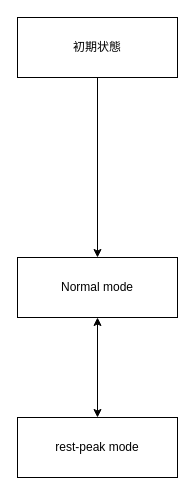
This is page "state transition diagram" (10 of 10) of ScanDataPy/UML_SCANDATA.drawio from lunelukkio/ScanDataPy, a draw.io file, before an edit. Source tidied: cells renumbered, new cells numbered last; positions are measured from the earlier drawing's top-left corner, leaving out a move shared by most shapes. Both pictures are drawn from the tidied source at 100%, with x=0, y=0 at pixel (17, 17).
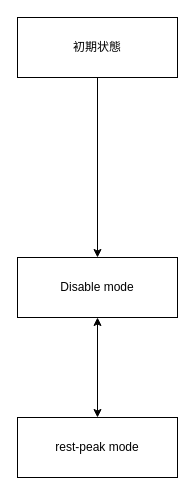
Above is the later version.

The edit, as a diff of the source:
```diff
@@
 <mxGraphModel>
   <root>
     <mxCell id="0" />
     <mxCell id="1" parent="0" />
     <mxCell id="2" style="edgeStyle=orthogonalEdgeStyle;rounded=0;jettySize=auto;html=1;entryX=0.5;entryY=0;entryDx=0;entryDy=0;" parent="1" edge="1" source="3" target="5">
       <mxGeometry relative="1" as="geometry" />
     </mxCell>
     <mxCell id="3" value="初期状態" style="rounded=0;whiteSpace=wrap;html=1;" parent="1" vertex="1">
       <mxGeometry width="160" height="60" as="geometry" />
     </mxCell>
     <mxCell id="4" style="edgeStyle=orthogonalEdgeStyle;rounded=0;jettySize=auto;html=1;startArrow=classic;startFill=1;" parent="1" edge="1" source="5" target="6">
       <mxGeometry relative="1" as="geometry" />
     </mxCell>
-    <mxCell id="5" value="&lt;div&gt;Normal mode&lt;/div&gt;" style="rounded=0;whiteSpace=wrap;html=1;" parent="1" vertex="1">
+    <mxCell id="5" value="&lt;div&gt;Disable mode&lt;/div&gt;" style="rounded=0;whiteSpace=wrap;html=1;" parent="1" vertex="1">
       <mxGeometry y="240" width="160" height="60" as="geometry" />
     </mxCell>
     <mxCell id="6" value="&lt;div&gt;rest-peak mode&lt;/div&gt;" style="rounded=0;whiteSpace=wrap;html=1;" parent="1" vertex="1">
       <mxGeometry y="400" width="160" height="60" as="geometry" />
     </mxCell>
   </root>
 </mxGraphModel>
```
